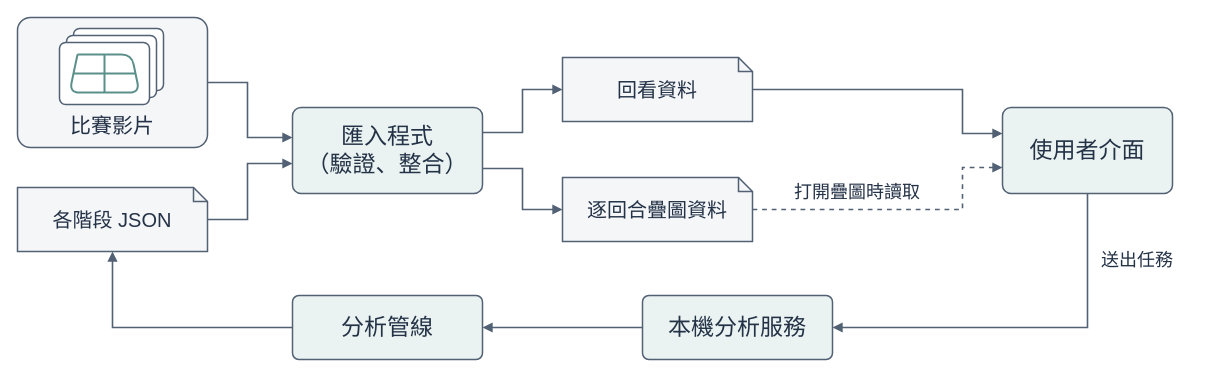
This is docs/figures/report/ui-architecture.drawio from 2026bmtproject/badminton-analysis-system, a draw.io file, before an edit. Source tidied: cells renumbered, new cells numbered last; positions are measured from the earlier drawing's top-left corner, leaving out a move shared by most shapes. Both pictures are drawn from the tidied source at 100%, with x=0, y=0 at pixel (17, 17).
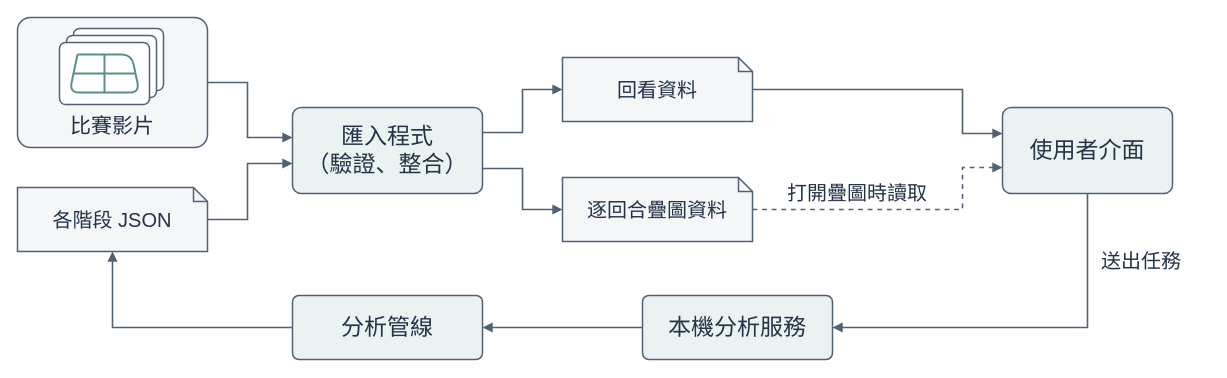
The same page after the edit.

What changed in the source:
```diff
@@
-    <mxCell id="23" value="打開疊圖時讀取" style="text;html=0;whiteSpace=wrap;align=center;verticalAlign=middle;fontFamily=Arial Unicode MS;fontSize=18;fontColor=#243247;align=center;" parent="1" vertex="1">
+    <mxCell id="23" value="打開疊圖時讀取" style="text;html=0;whiteSpace=wrap;align=center;verticalAlign=middle;fontFamily=Arial Unicode MS;fontSize=20;fontColor=#243247;align=center;" parent="1" vertex="1">
       <mxGeometry x="750" y="160" width="180" height="30" as="geometry" />
     </mxCell>
@@
-    <mxCell id="25" value="送出任務" style="text;html=0;whiteSpace=wrap;align=center;verticalAlign=middle;fontFamily=Arial Unicode MS;fontSize=18;fontColor=#243247;align=left;" parent="1" vertex="1">
+    <mxCell id="25" value="送出任務" style="text;html=0;whiteSpace=wrap;align=center;verticalAlign=middle;fontFamily=Arial Unicode MS;fontSize=20;fontColor=#243247;align=left;" parent="1" vertex="1">
       <mxGeometry x="1082" y="228" width="110" height="30" as="geometry" />
     </mxCell>
```
